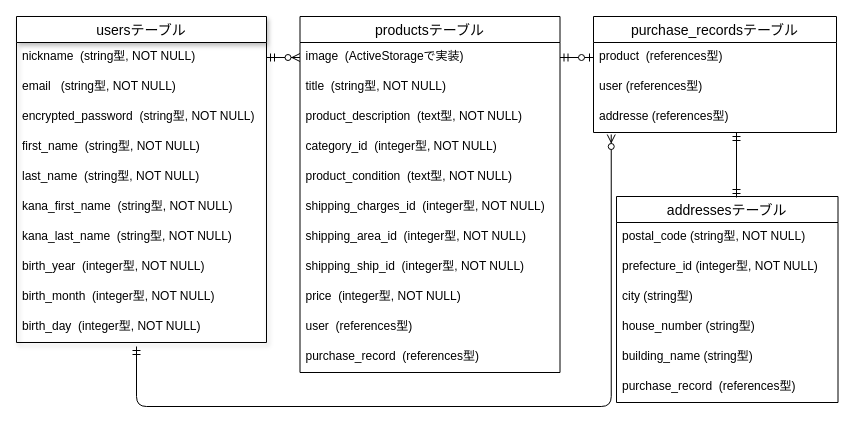
This is page "ページ1" (1 of 2) of furima_ER.dio from hana-0612/furima-36029, a draw.io file, before an edit. Source tidied: cells renumbered, new cells numbered last; positions are measured from the earlier drawing's top-left corner, leaving out a move shared by most shapes. Both pictures are drawn from the tidied source at 100%, with x=0, y=0 at pixel (16, 16).
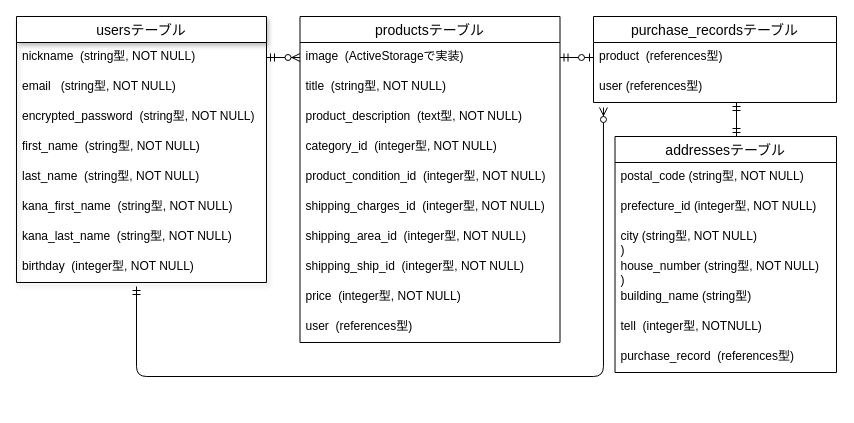
Above is the later version.

Commit message (it also covers changes not shown here):
データベース設計の修正

The change refers to these unchanged cells:
```xml
<mxCell id="27" value="user (references型)" style="text;strokeColor=none;fillColor=none;spacingLeft=4;spacingRight=4;overflow=hidden;points=[[0,0.5],[1,0.5]];portConstraint=eastwest;fontSize=12;" parent="25" vertex="1">
  <mxGeometry y="56" width="243" height="30" as="geometry" />
</mxCell>
```

What changed in the source:
```diff
@@
     <mxCell id="2" value="usersテーブル" style="swimlane;fontStyle=0;horizontal=1;startSize=26;align=center;fontSize=14;shadow=1;verticalAlign=middle;" parent="1" vertex="1">
-      <mxGeometry width="250" height="326" as="geometry" />
+      <mxGeometry width="250" height="266" as="geometry" />
     </mxCell>
@@
-    <mxCell id="10" value="birth_year  (integer型, NOT NULL)" style="text;strokeColor=none;fillColor=none;spacingLeft=4;spacingRight=4;overflow=hidden;fontSize=12;" parent="2" vertex="1">
+    <mxCell id="10" value="birthday  (integer型, NOT NULL)" style="text;strokeColor=none;fillColor=none;spacingLeft=4;spacingRight=4;overflow=hidden;fontSize=12;" parent="2" vertex="1">
       <mxGeometry y="236" width="250" height="30" as="geometry" />
     </mxCell>
-    <mxCell id="11" value="birth_month  (integer型, NOT NULL)" style="text;strokeColor=none;fillColor=none;spacingLeft=4;spacingRight=4;overflow=hidden;fontSize=12;" parent="2" vertex="1">
-      <mxGeometry y="266" width="250" height="30" as="geometry" />
-    </mxCell>
-    <mxCell id="12" value="birth_day  (integer型, NOT NULL)" style="text;strokeColor=none;fillColor=none;spacingLeft=4;spacingRight=4;overflow=hidden;fontSize=12;" parent="2" vertex="1">
-      <mxGeometry y="296" width="250" height="30" as="geometry" />
-    </mxCell>
     <mxCell id="13" value="productsテーブル" style="swimlane;fontStyle=0;horizontal=1;startSize=26;align=center;fontSize=14;fillColor=none;gradientColor=none;" parent="1" vertex="1">
-      <mxGeometry x="283.5" width="260" height="356" as="geometry" />
+      <mxGeometry x="283.5" width="260" height="326" as="geometry" />
     </mxCell>
@@
-    <mxCell id="18" value="product_condition  (text型, NOT NULL)" style="text;strokeColor=none;fillColor=none;spacingLeft=4;spacingRight=4;overflow=hidden;fontSize=12;" parent="13" vertex="1">
+    <mxCell id="18" value="product_condition_id  (integer型, NOT NULL)" style="text;strokeColor=none;fillColor=none;spacingLeft=4;spacingRight=4;overflow=hidden;fontSize=12;" parent="13" vertex="1">
       <mxGeometry y="146" width="260" height="30" as="geometry" />
     </mxCell>
@@
-    <mxCell id="24" value="purchase_record  (references型)" style="text;strokeColor=none;fillColor=none;spacingLeft=4;spacingRight=4;overflow=hidden;fontSize=12;" parent="13" vertex="1">
-      <mxGeometry y="326" width="260" height="30" as="geometry" />
-    </mxCell>
     <mxCell id="25" value="purchase_recordsテーブル" style="swimlane;fontStyle=0;horizontal=1;startSize=26;align=center;fontSize=14;fillColor=none;gradientColor=none;" parent="1" vertex="1">
-      <mxGeometry x="577" width="243" height="116" as="geometry" />
+      <mxGeometry x="577" width="243" height="86" as="geometry" />
     </mxCell>
@@
-    <mxCell id="28" value="addresse (references型)" style="text;strokeColor=none;fillColor=none;spacingLeft=4;spacingRight=4;overflow=hidden;points=[[0,0.5],[1,0.5]];portConstraint=eastwest;fontSize=12;" parent="25" vertex="1">
-      <mxGeometry y="86" width="243" height="30" as="geometry" />
-    </mxCell>
     <mxCell id="29" value="addressesテーブル" style="swimlane;fontStyle=0;horizontal=1;startSize=26;align=center;fontSize=14;fillColor=none;gradientColor=none;" parent="1" vertex="1">
-      <mxGeometry x="600" y="180" width="221.5" height="206" as="geometry" />
+      <mxGeometry x="598.5" y="120" width="221.5" height="236" as="geometry" />
     </mxCell>
@@
-    <mxCell id="32" value="city (string型)" style="text;strokeColor=none;fillColor=none;spacingLeft=4;spacingRight=4;overflow=hidden;fontSize=12;" parent="29" vertex="1">
+    <mxCell id="32" value="city (string型, NOT NULL)&#10;)" style="text;strokeColor=none;fillColor=none;spacingLeft=4;spacingRight=4;overflow=hidden;fontSize=12;" parent="29" vertex="1">
       <mxGeometry y="86" width="221.5" height="30" as="geometry" />
     </mxCell>
-    <mxCell id="33" value="house_number (string型)" style="text;strokeColor=none;fillColor=none;spacingLeft=4;spacingRight=4;overflow=hidden;fontSize=12;" parent="29" vertex="1">
+    <mxCell id="33" value="house_number (string型, NOT NULL)&#10;)" style="text;strokeColor=none;fillColor=none;spacingLeft=4;spacingRight=4;overflow=hidden;fontSize=12;" parent="29" vertex="1">
       <mxGeometry y="116" width="221.5" height="30" as="geometry" />
     </mxCell>
@@
-    <mxCell id="35" value="purchase_record  (references型)" style="text;strokeColor=none;fillColor=none;spacingLeft=4;spacingRight=4;overflow=hidden;fontSize=12;" parent="29" vertex="1">
+    <mxCell id="35" value="tell  (integer型, NOTNULL)" style="text;strokeColor=none;fillColor=none;spacingLeft=4;spacingRight=4;overflow=hidden;fontSize=12;" parent="29" vertex="1">
       <mxGeometry y="176" width="221.5" height="30" as="geometry" />
     </mxCell>
+    <mxCell id="24" value="purchase_record  (references型)" style="text;strokeColor=none;fillColor=none;spacingLeft=4;spacingRight=4;overflow=hidden;fontSize=12;" parent="29" vertex="1">
+      <mxGeometry y="206" width="221.5" height="30" as="geometry" />
+    </mxCell>
-    <mxCell id="36" style="edgeStyle=elbowEdgeStyle;fontSize=12;html=1;endArrow=ERzeroToMany;startArrow=ERmandOne;elbow=vertical;entryX=0.073;entryY=1.067;entryDx=0;entryDy=0;entryPerimeter=0;" parent="1" edge="1" target="28">
+    <mxCell id="36" style="edgeStyle=elbowEdgeStyle;fontSize=12;html=1;endArrow=ERzeroToMany;startArrow=ERmandOne;elbow=vertical;entryX=0.041;entryY=1.167;entryDx=0;entryDy=0;entryPerimeter=0;" parent="1" edge="1" target="27">
       <mxGeometry relative="1" as="geometry">
-        <mxPoint x="120" y="330" as="sourcePoint" />
+        <mxPoint x="120" y="270" as="sourcePoint" />
         <Array as="points">
-          <mxPoint x="350" y="390" />
-          <mxPoint x="350" y="390" />
-          <mxPoint x="420" y="370" />
-          <mxPoint x="320" y="410" />
+          <mxPoint x="350" y="360" />
+          <mxPoint x="350" y="372" />
+          <mxPoint x="420" y="352" />
+          <mxPoint x="320" y="392" />
         </Array>
       </mxGeometry>
     </mxCell>
     <mxCell id="37" style="fontSize=12;html=1;endArrow=ERmandOne;startArrow=ERmandOne;elbow=vertical;" parent="1" edge="1">
       <mxGeometry relative="1" as="geometry">
-        <mxPoint x="720" y="181" as="sourcePoint" />
-        <mxPoint x="720" y="116" as="targetPoint" />
+        <mxPoint x="720" y="120" as="sourcePoint" />
+        <mxPoint x="720" y="86" as="targetPoint" />
       </mxGeometry>
     </mxCell>
```
